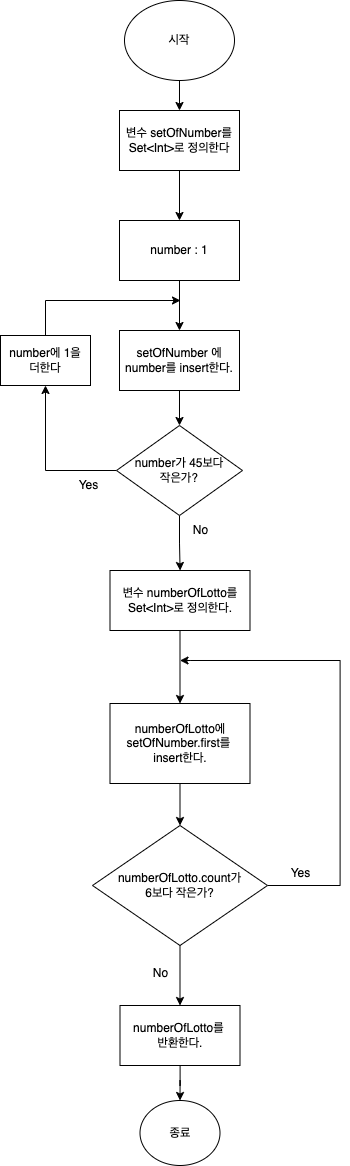
Above: CodeStarterCamp_Week2/pick-lotto-number.png in yagom-academy/swift-starter-Round2 (draw.io), before the change. Source tidied: cells renumbered, new cells last; positions are measured from the earlier drawing's top-left corner, leaving out a move shared by most shapes. The source it was exported from:
```xml
<mxGraphModel>
  <root>
    <mxCell id="0" />
    <mxCell id="1" parent="0" />
    <mxCell id="2" style="edgeStyle=orthogonalEdgeStyle;rounded=0;jettySize=auto;html=1;" parent="1" edge="1" source="3" target="5">
      <mxGeometry relative="1" as="geometry" />
    </mxCell>
    <mxCell id="3" value="시작" style="ellipse;whiteSpace=wrap;html=1;" parent="1" vertex="1">
      <mxGeometry x="124" width="110" height="80" as="geometry" />
    </mxCell>
    <mxCell id="4" style="edgeStyle=orthogonalEdgeStyle;rounded=0;jettySize=auto;html=1;" parent="1" edge="1" source="5" target="7">
      <mxGeometry relative="1" as="geometry" />
    </mxCell>
    <mxCell id="5" value="변수 setOfNumber를 Set&amp;lt;Int&amp;gt;로 정의한다" style="whiteSpace=wrap;html=1;" parent="1" vertex="1">
      <mxGeometry x="119" y="110" width="120" height="60" as="geometry" />
    </mxCell>
    <mxCell id="6" style="edgeStyle=orthogonalEdgeStyle;rounded=0;jettySize=auto;html=1;" parent="1" edge="1" source="7" target="9">
      <mxGeometry relative="1" as="geometry" />
    </mxCell>
    <mxCell id="7" value="number : 1" style="whiteSpace=wrap;html=1;" parent="1" vertex="1">
      <mxGeometry x="119" y="220" width="120" height="60" as="geometry" />
    </mxCell>
    <mxCell id="8" style="edgeStyle=orthogonalEdgeStyle;rounded=0;jettySize=auto;html=1;" parent="1" edge="1" source="9" target="12">
      <mxGeometry relative="1" as="geometry" />
    </mxCell>
    <mxCell id="9" value="setOfNumber 에 number를 insert한다." style="whiteSpace=wrap;html=1;" parent="1" vertex="1">
      <mxGeometry x="119" y="330" width="120" height="60" as="geometry" />
    </mxCell>
    <mxCell id="10" style="edgeStyle=orthogonalEdgeStyle;rounded=0;jettySize=auto;html=1;" parent="1" edge="1" source="12" target="14">
      <mxGeometry relative="1" as="geometry" />
    </mxCell>
    <mxCell id="11" style="edgeStyle=orthogonalEdgeStyle;rounded=0;jettySize=auto;html=1;" parent="1" edge="1" source="12" target="17">
      <mxGeometry relative="1" as="geometry" />
    </mxCell>
    <mxCell id="12" value="number가 45보다&lt;div&gt;작은가?&lt;/div&gt;" style="rhombus;whiteSpace=wrap;html=1;" parent="1" vertex="1">
      <mxGeometry x="116" y="425" width="126" height="90" as="geometry" />
    </mxCell>
    <mxCell id="13" style="edgeStyle=orthogonalEdgeStyle;rounded=0;jettySize=auto;html=1;" parent="1" edge="1" source="14">
      <mxGeometry relative="1" as="geometry">
        <mxPoint x="180" y="300" as="targetPoint" />
        <Array as="points">
          <mxPoint x="45" y="300" />
        </Array>
      </mxGeometry>
    </mxCell>
    <mxCell id="14" value="number에 1을&lt;div&gt;더한다&lt;/div&gt;" style="whiteSpace=wrap;html=1;" parent="1" vertex="1">
      <mxGeometry y="335" width="90" height="50" as="geometry" />
    </mxCell>
    <mxCell id="15" value="Yes" style="text;html=1;align=center;verticalAlign=middle;strokeColor=none;fillColor=none;" parent="1" vertex="1">
      <mxGeometry x="68" y="470" width="40" height="30" as="geometry" />
    </mxCell>
    <mxCell id="16" style="edgeStyle=orthogonalEdgeStyle;rounded=0;jettySize=auto;html=1;" parent="1" edge="1" source="17" target="20">
      <mxGeometry relative="1" as="geometry" />
    </mxCell>
    <mxCell id="17" value="변수 numberOfLotto를&lt;div&gt;Set&amp;lt;Int&amp;gt;로 정의한다.&lt;/div&gt;" style="whiteSpace=wrap;html=1;" parent="1" vertex="1">
      <mxGeometry x="109.5" y="570" width="140" height="60" as="geometry" />
    </mxCell>
    <mxCell id="18" value="No" style="text;html=1;align=center;verticalAlign=middle;strokeColor=none;fillColor=none;" parent="1" vertex="1">
      <mxGeometry x="179.5" y="515" width="40" height="30" as="geometry" />
    </mxCell>
    <mxCell id="19" style="edgeStyle=orthogonalEdgeStyle;rounded=0;jettySize=auto;html=1;" parent="1" edge="1" source="20" target="23">
      <mxGeometry relative="1" as="geometry" />
    </mxCell>
    <mxCell id="20" value="numberOfLotto에&lt;div&gt;setOfNumber.first를&amp;nbsp;&lt;/div&gt;&lt;div&gt;insert한다.&lt;/div&gt;" style="whiteSpace=wrap;html=1;" parent="1" vertex="1">
      <mxGeometry x="109.5" y="703" width="140" height="80" as="geometry" />
    </mxCell>
    <mxCell id="21" style="edgeStyle=orthogonalEdgeStyle;rounded=0;jettySize=auto;html=1;" parent="1" edge="1" source="23">
      <mxGeometry relative="1" as="geometry">
        <mxPoint x="179.5" y="660" as="targetPoint" />
        <Array as="points">
          <mxPoint x="339.5" y="885" />
          <mxPoint x="339.5" y="660" />
          <mxPoint x="189.5" y="660" />
        </Array>
      </mxGeometry>
    </mxCell>
    <mxCell id="22" style="edgeStyle=orthogonalEdgeStyle;rounded=0;jettySize=auto;html=1;" parent="1" edge="1" source="23" target="26">
      <mxGeometry relative="1" as="geometry" />
    </mxCell>
    <mxCell id="23" value="numberOfLotto.count가&lt;div&gt;6보다 작은가?&lt;/div&gt;" style="rhombus;whiteSpace=wrap;html=1;" parent="1" vertex="1">
      <mxGeometry x="92" y="825" width="175" height="120" as="geometry" />
    </mxCell>
    <mxCell id="24" value="Yes" style="text;html=1;align=center;verticalAlign=middle;strokeColor=none;fillColor=none;" parent="1" vertex="1">
      <mxGeometry x="279.5" y="858" width="40" height="30" as="geometry" />
    </mxCell>
    <mxCell id="25" style="edgeStyle=orthogonalEdgeStyle;rounded=0;jettySize=auto;html=1;" parent="1" edge="1" source="26" target="27">
      <mxGeometry relative="1" as="geometry" />
    </mxCell>
    <mxCell id="26" value="numberOfLotto를&amp;nbsp;&lt;div&gt;반환한다.&lt;/div&gt;" style="whiteSpace=wrap;html=1;" parent="1" vertex="1">
      <mxGeometry x="119.5" y="1005" width="120" height="60" as="geometry" />
    </mxCell>
    <mxCell id="27" value="종료" style="ellipse;whiteSpace=wrap;html=1;" parent="1" vertex="1">
      <mxGeometry x="139.5" y="1100" width="80" height="65" as="geometry" />
    </mxCell>
    <mxCell id="28" value="No" style="text;html=1;align=center;verticalAlign=middle;strokeColor=none;fillColor=none;" parent="1" vertex="1">
      <mxGeometry x="139.5" y="958" width="40" height="30" as="geometry" />
    </mxCell>
  </root>
</mxGraphModel>
```
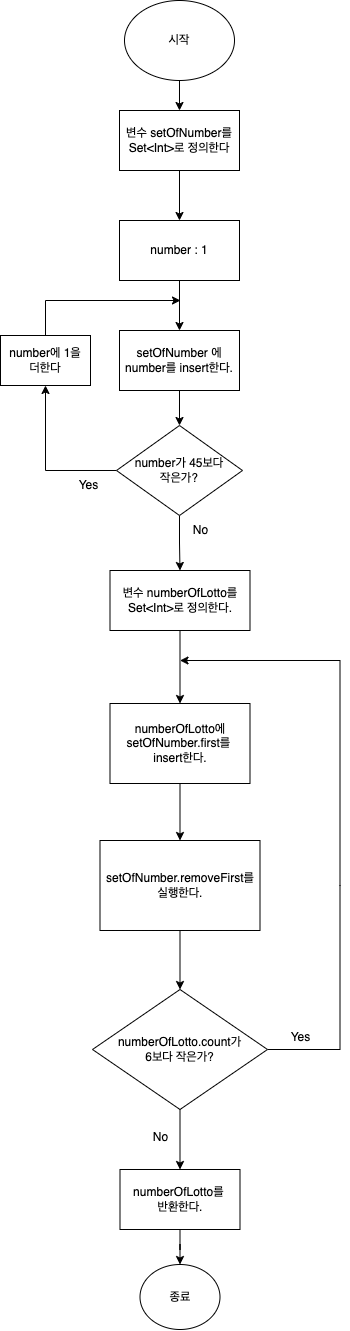
The same file after the commit.

Commit message:
Step.2 내 번호와 맞추어보기

The edit, as a diff of the source:
```diff
@@ -58,9 +58,9 @@
     <mxCell id="18" value="No" style="text;html=1;align=center;verticalAlign=middle;strokeColor=none;fillColor=none;" parent="1" vertex="1">
       <mxGeometry x="179.5" y="515" width="40" height="30" as="geometry" />
     </mxCell>
-    <mxCell id="19" style="edgeStyle=orthogonalEdgeStyle;rounded=0;jettySize=auto;html=1;" parent="1" edge="1" source="20" target="23">
-      <mxGeometry relative="1" as="geometry" />
-    </mxCell>
+    <mxCell id="29" style="edgeStyle=orthogonalEdgeStyle;rounded=0;jettySize=auto;html=1;entryX=0.5;entryY=0;entryDx=0;entryDy=0;" parent="1" edge="1" source="20" target="31">
+      <mxGeometry relative="1" as="geometry" />
+    </mxCell>
     <mxCell id="20" value="numberOfLotto에&lt;div&gt;setOfNumber.first를&amp;nbsp;&lt;/div&gt;&lt;div&gt;insert한다.&lt;/div&gt;" style="whiteSpace=wrap;html=1;" parent="1" vertex="1">
       <mxGeometry x="109.5" y="703" width="140" height="80" as="geometry" />
     </mxCell>
@@ -78,22 +78,28 @@
       <mxGeometry relative="1" as="geometry" />
     </mxCell>
     <mxCell id="23" value="numberOfLotto.count가&lt;div&gt;6보다 작은가?&lt;/div&gt;" style="rhombus;whiteSpace=wrap;html=1;" parent="1" vertex="1">
-      <mxGeometry x="92" y="825" width="175" height="120" as="geometry" />
+      <mxGeometry x="92" y="989" width="175" height="120" as="geometry" />
     </mxCell>
     <mxCell id="24" value="Yes" style="text;html=1;align=center;verticalAlign=middle;strokeColor=none;fillColor=none;" parent="1" vertex="1">
-      <mxGeometry x="279.5" y="858" width="40" height="30" as="geometry" />
+      <mxGeometry x="279.5" y="1022" width="40" height="30" as="geometry" />
     </mxCell>
     <mxCell id="25" style="edgeStyle=orthogonalEdgeStyle;rounded=0;jettySize=auto;html=1;" parent="1" edge="1" source="26" target="27">
       <mxGeometry relative="1" as="geometry" />
     </mxCell>
     <mxCell id="26" value="numberOfLotto를&amp;nbsp;&lt;div&gt;반환한다.&lt;/div&gt;" style="whiteSpace=wrap;html=1;" parent="1" vertex="1">
-      <mxGeometry x="119.5" y="1005" width="120" height="60" as="geometry" />
+      <mxGeometry x="119.5" y="1169" width="120" height="60" as="geometry" />
     </mxCell>
     <mxCell id="27" value="종료" style="ellipse;whiteSpace=wrap;html=1;" parent="1" vertex="1">
-      <mxGeometry x="139.5" y="1100" width="80" height="65" as="geometry" />
+      <mxGeometry x="139.5" y="1264" width="80" height="65" as="geometry" />
     </mxCell>
     <mxCell id="28" value="No" style="text;html=1;align=center;verticalAlign=middle;strokeColor=none;fillColor=none;" parent="1" vertex="1">
-      <mxGeometry x="139.5" y="958" width="40" height="30" as="geometry" />
+      <mxGeometry x="139.5" y="1122" width="40" height="30" as="geometry" />
     </mxCell>
+    <mxCell id="30" style="edgeStyle=orthogonalEdgeStyle;rounded=0;jettySize=auto;html=1;" parent="1" edge="1" source="31" target="23">
+      <mxGeometry relative="1" as="geometry" />
+    </mxCell>
+    <mxCell id="31" value="setOfNumber.removeFirst를&lt;div&gt;실행한다.&lt;/div&gt;" style="whiteSpace=wrap;html=1;" parent="1" vertex="1">
+      <mxGeometry x="99.5" y="840" width="160" height="90" as="geometry" />
+    </mxCell>
   </root>
 </mxGraphModel>
```
